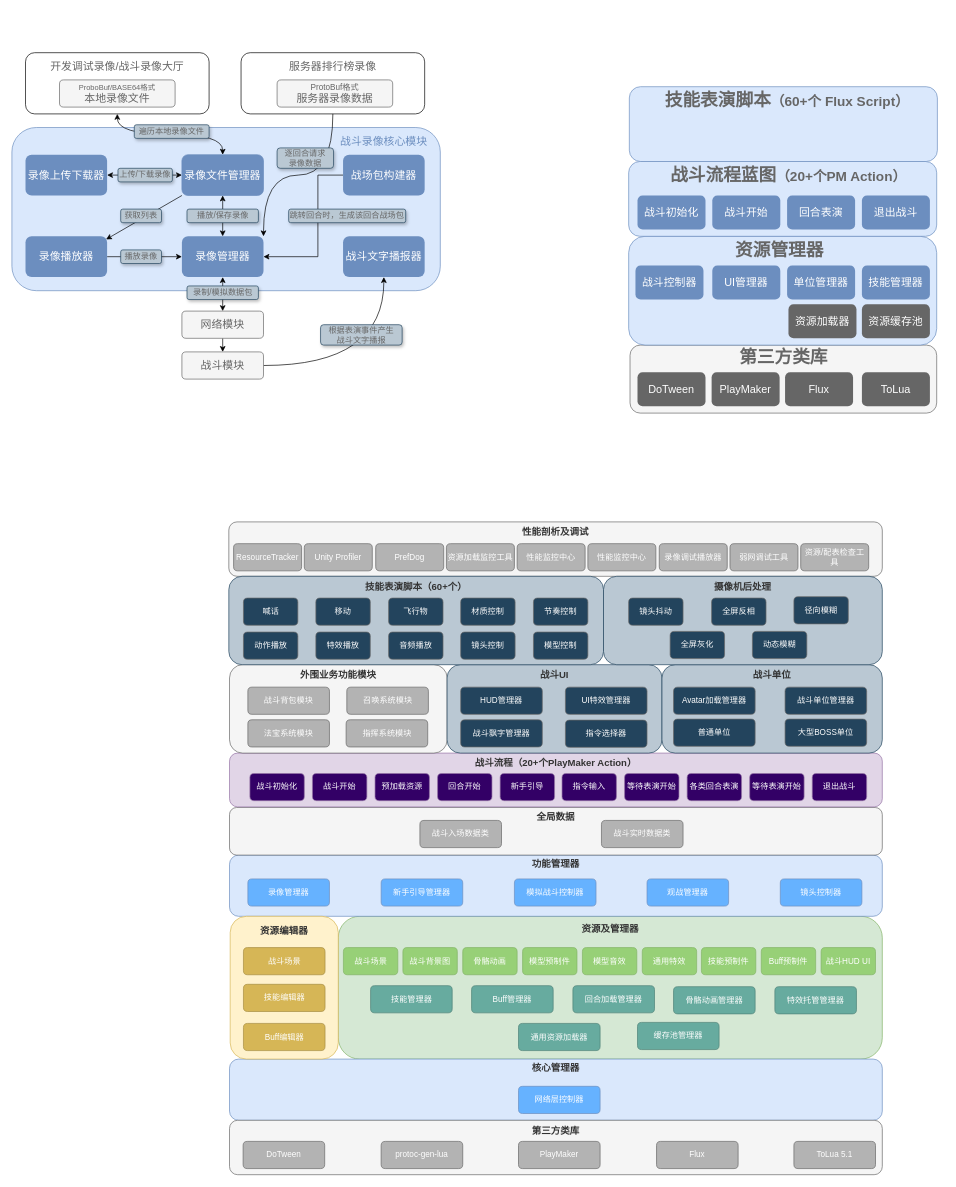
Before: Untitled Diagram.drawio in leoin2012/draw.io.files, a draw.io diagram. Source tidied: cells renumbered, new cells numbered last; positions are measured from the earlier drawing's top-left corner, leaving out a move shared by most shapes. Both pictures are drawn from the tidied source at 68%, with x=0, y=0 at pixel (12, 49).
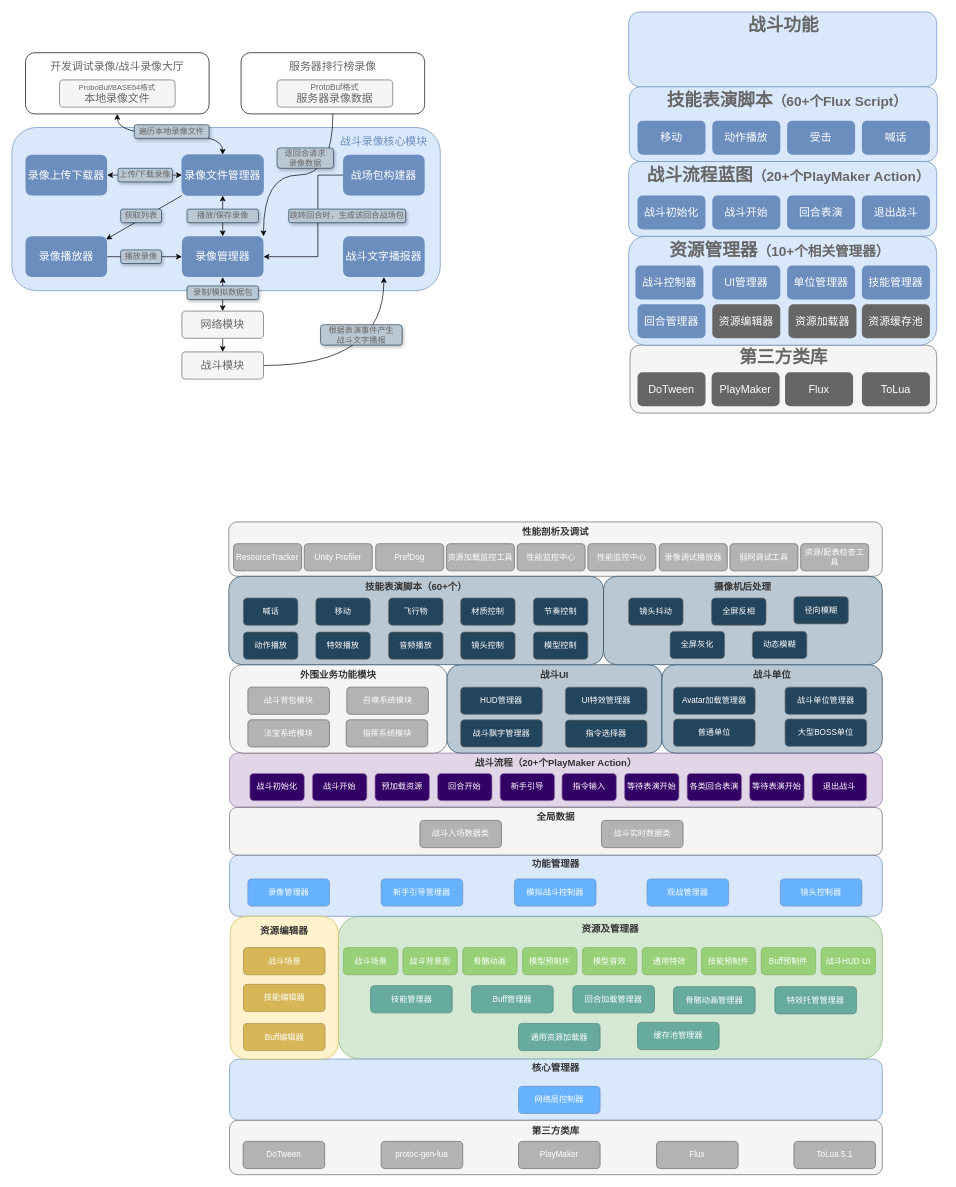
After the change.

What changed in the source:
```diff
@@
-    <mxCell id="135" value="&lt;font color=&quot;#666666&quot; size=&quot;1&quot;&gt;&lt;b style=&quot;font-size: 26px&quot;&gt;资源管理器&lt;/b&gt;&lt;/font&gt;" style="text;html=1;strokeColor=none;fillColor=none;align=center;verticalAlign=middle;whiteSpace=wrap;rounded=0;shadow=1;glass=0;comic=0;" parent="1" vertex="1">
-      <mxGeometry x="1042" y="285" width="174" height="20" as="geometry" />
+    <mxCell id="135" value="&lt;font color=&quot;#666666&quot; size=&quot;1&quot;&gt;&lt;b style=&quot;font-size: 26px&quot;&gt;资源管理器&lt;/b&gt;&lt;b style=&quot;font-size: 20px&quot;&gt;（10+个相关管理器）&lt;/b&gt;&lt;/font&gt;" style="text;html=1;strokeColor=none;fillColor=none;align=center;verticalAlign=middle;whiteSpace=wrap;rounded=0;shadow=1;glass=0;comic=0;" parent="1" vertex="1">
+      <mxGeometry x="918" y="285" width="422" height="20" as="geometry" />
     </mxCell>
@@
-    <mxCell id="138" value="&lt;font color=&quot;#666666&quot;&gt;&lt;b&gt;&lt;span style=&quot;font-size: 26px&quot;&gt;战斗流程蓝图&lt;/span&gt;&lt;font style=&quot;font-size: 20px&quot;&gt;（20+个PM Action）&lt;/font&gt;&lt;/b&gt;&lt;/font&gt;" style="text;html=1;strokeColor=none;fillColor=none;align=center;verticalAlign=middle;whiteSpace=wrap;rounded=0;shadow=1;glass=0;comic=0;" parent="1" vertex="1">
+    <mxCell id="138" value="&lt;font color=&quot;#666666&quot;&gt;&lt;b&gt;&lt;span style=&quot;font-size: 26px&quot;&gt;战斗流程蓝图&lt;/span&gt;&lt;font style=&quot;font-size: 20px&quot;&gt;（20+个PlayMaker Action）&lt;/font&gt;&lt;/b&gt;&lt;/font&gt;" style="text;html=1;strokeColor=none;fillColor=none;align=center;verticalAlign=middle;whiteSpace=wrap;rounded=0;shadow=1;glass=0;comic=0;" parent="1" vertex="1">
       <mxGeometry x="919" y="175" width="446" height="20" as="geometry" />
     </mxCell>
@@
-    <mxCell id="149" value="&lt;font color=&quot;#666666&quot;&gt;&lt;b&gt;&lt;span style=&quot;font-size: 26px&quot;&gt;技能表演脚本&lt;/span&gt;&lt;font style=&quot;font-size: 20px&quot;&gt;（60+个 Flux Script）&lt;/font&gt;&lt;/b&gt;&lt;/font&gt;" style="text;html=1;strokeColor=none;fillColor=none;align=center;verticalAlign=middle;whiteSpace=wrap;rounded=0;shadow=1;glass=0;comic=0;" parent="1" vertex="1">
+    <mxCell id="149" value="&lt;font color=&quot;#666666&quot;&gt;&lt;b&gt;&lt;span style=&quot;font-size: 26px&quot;&gt;技能表演脚本&lt;/span&gt;&lt;font style=&quot;font-size: 20px&quot;&gt;（60+个Flux Script）&lt;/font&gt;&lt;/b&gt;&lt;/font&gt;" style="text;html=1;strokeColor=none;fillColor=none;align=center;verticalAlign=middle;whiteSpace=wrap;rounded=0;shadow=1;glass=0;comic=0;" parent="1" vertex="1">
       <mxGeometry x="917" y="65" width="446" height="20" as="geometry" />
     </mxCell>
+    <mxCell id="150" value="&lt;font color=&quot;#ffffff&quot;&gt;&lt;span style=&quot;font-size: 16px&quot;&gt;资源编辑器&lt;br&gt;&lt;/span&gt;&lt;/font&gt;" style="rounded=1;whiteSpace=wrap;html=1;fillColor=#666666;strokeColor=none;" parent="1" vertex="1">
+      <mxGeometry x="1030" y="375" width="100" height="50" as="geometry" />
+    </mxCell>
+    <mxCell id="151" value="&lt;font color=&quot;#ffffff&quot;&gt;&lt;span style=&quot;font-size: 16px&quot;&gt;回合管理器&lt;br&gt;&lt;/span&gt;&lt;/font&gt;" style="rounded=1;whiteSpace=wrap;html=1;fillColor=#6C8EBF;strokeColor=none;" parent="1" vertex="1">
+      <mxGeometry x="920" y="375" width="100" height="50" as="geometry" />
+    </mxCell>
+    <mxCell id="152" value="&lt;font color=&quot;#ffffff&quot;&gt;&lt;span style=&quot;font-size: 16px&quot;&gt;移动&lt;br&gt;&lt;/span&gt;&lt;/font&gt;" style="rounded=1;whiteSpace=wrap;html=1;fillColor=#6C8EBF;strokeColor=none;" parent="1" vertex="1">
+      <mxGeometry x="920" y="105" width="100" height="50" as="geometry" />
+    </mxCell>
+    <mxCell id="153" value="&lt;font color=&quot;#ffffff&quot;&gt;&lt;span style=&quot;font-size: 16px&quot;&gt;动作播放&lt;br&gt;&lt;/span&gt;&lt;/font&gt;" style="rounded=1;whiteSpace=wrap;html=1;fillColor=#6C8EBF;strokeColor=none;" parent="1" vertex="1">
+      <mxGeometry x="1030" y="105" width="100" height="50" as="geometry" />
+    </mxCell>
+    <mxCell id="154" value="&lt;font color=&quot;#ffffff&quot;&gt;&lt;span style=&quot;font-size: 16px&quot;&gt;受击&lt;br&gt;&lt;/span&gt;&lt;/font&gt;" style="rounded=1;whiteSpace=wrap;html=1;fillColor=#6C8EBF;strokeColor=none;" parent="1" vertex="1">
+      <mxGeometry x="1140" y="105" width="100" height="50" as="geometry" />
+    </mxCell>
+    <mxCell id="155" value="&lt;font color=&quot;#ffffff&quot;&gt;&lt;span style=&quot;font-size: 16px&quot;&gt;喊话&lt;br&gt;&lt;/span&gt;&lt;/font&gt;" style="rounded=1;whiteSpace=wrap;html=1;fillColor=#6C8EBF;strokeColor=none;" parent="1" vertex="1">
+      <mxGeometry x="1250" y="105" width="100" height="50" as="geometry" />
+    </mxCell>
+    <mxCell id="156" style="rounded=1;whiteSpace=wrap;html=1;fillColor=#dae8fc;strokeColor=#6c8ebf;" parent="1" vertex="1">
+      <mxGeometry x="907" y="-55" width="453" height="110" as="geometry" />
+    </mxCell>
+    <mxCell id="157" value="&lt;font color=&quot;#666666&quot;&gt;&lt;span style=&quot;font-size: 26px&quot;&gt;&lt;b&gt;战斗功能&lt;/b&gt;&lt;/span&gt;&lt;/font&gt;" style="text;html=1;strokeColor=none;fillColor=none;align=center;verticalAlign=middle;whiteSpace=wrap;rounded=0;shadow=1;glass=0;comic=0;" parent="1" vertex="1">
+      <mxGeometry x="911.5" y="-45" width="446" height="20" as="geometry" />
+    </mxCell>
```
